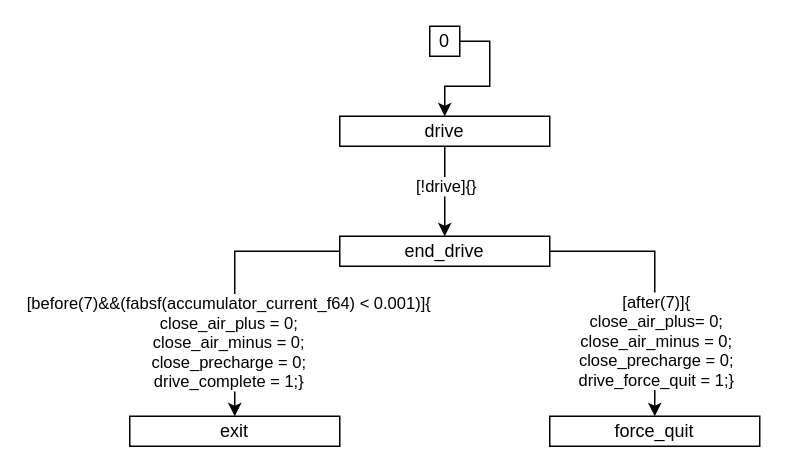
The draw.io diagram page "drive" (4 of 7) of xver/xsm/XML/graph.drawio in osceri/AMS-CC, before the edit. Source tidied: cells renumbered, new cells numbered last; positions are measured from the earlier drawing's top-left corner, leaving out a move shared by most shapes. Both pictures are drawn from the tidied source at 150%, with x=0, y=0 at pixel (129, 26).
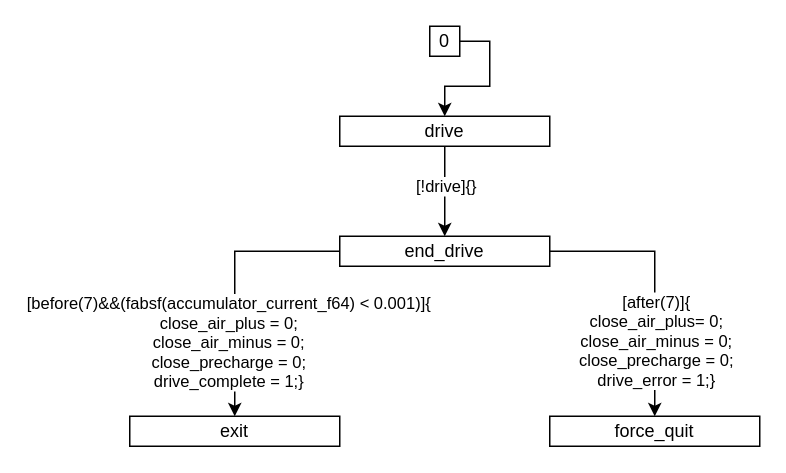
After the change.

Change to the diagram source:
```diff
@@
 <mxGraphModel>
   <root>
     <mxCell id="0" />
     <mxCell id="1" parent="0" />
     <mxCell id="2" style="edgeStyle=orthogonalEdgeStyle;rounded=0;jettySize=auto;html=1;exitX=1;exitY=0.5;exitDx=0;exitDy=0;entryX=0.5;entryY=0;entryDx=0;entryDy=0;" parent="1" edge="1" source="3" target="6">
       <mxGeometry relative="1" as="geometry" />
     </mxCell>
     <mxCell id="3" value="0" style="rounded=0;whiteSpace=wrap;html=1;" parent="1" vertex="1">
       <mxGeometry x="200" width="20" height="20" as="geometry" />
     </mxCell>
     <mxCell id="4" style="edgeStyle=orthogonalEdgeStyle;rounded=0;jettySize=auto;html=1;exitX=0.5;exitY=1;exitDx=0;exitDy=0;entryX=0.5;entryY=0;entryDx=0;entryDy=0;" parent="1" edge="1" source="6" target="11">
       <mxGeometry relative="1" as="geometry" />
     </mxCell>
     <mxCell id="5" value="&lt;div&gt;[!drive]{}&lt;/div&gt;" style="edgeLabel;html=1;align=center;verticalAlign=middle;" parent="4" vertex="1">
       <mxGeometry x="-0.13" relative="1" as="geometry" />
     </mxCell>
     <mxCell id="6" value="&lt;div&gt;drive&lt;/div&gt;" style="rounded=0;whiteSpace=wrap;html=1;" parent="1" vertex="1">
       <mxGeometry x="140" y="60" width="140" height="20" as="geometry" />
     </mxCell>
     <mxCell id="7" style="edgeStyle=orthogonalEdgeStyle;rounded=0;jettySize=auto;html=1;exitX=0;exitY=0.5;exitDx=0;exitDy=0;entryX=0.5;entryY=0;entryDx=0;entryDy=0;" parent="1" edge="1" source="11" target="12">
       <mxGeometry relative="1" as="geometry" />
     </mxCell>
     <mxCell id="8" value="&lt;div&gt;[before(7)&amp;amp;&amp;amp;(fabsf(accumulator_current_f64) &amp;lt; 0.001)]{&lt;/div&gt;&lt;div&gt;close_air_plus = 0;&lt;/div&gt;&lt;div&gt;close_air_minus = 0;&lt;/div&gt;&lt;div&gt;close_precharge = 0;&lt;/div&gt;&lt;div&gt;drive_complete = 1;}&lt;/div&gt;" style="edgeLabel;html=1;align=center;verticalAlign=middle;" parent="7" vertex="1">
       <mxGeometry x="0.41" y="1" relative="1" as="geometry">
         <mxPoint x="-6" y="3" as="offset" />
       </mxGeometry>
     </mxCell>
     <mxCell id="9" style="edgeStyle=orthogonalEdgeStyle;rounded=0;jettySize=auto;html=1;exitX=1;exitY=0.5;exitDx=0;exitDy=0;entryX=0.5;entryY=0;entryDx=0;entryDy=0;" parent="1" edge="1" source="11" target="13">
       <mxGeometry relative="1" as="geometry" />
     </mxCell>
-    <mxCell id="10" value="&lt;div&gt;[after(7)]{&lt;/div&gt;&lt;div&gt;close_air_plus= 0;&lt;/div&gt;&lt;div&gt;close_air_minus = 0;&lt;/div&gt;&lt;div&gt;close_precharge = 0;&lt;/div&gt;&lt;div&gt;drive_force_quit = 1;}&lt;/div&gt;" style="edgeLabel;html=1;align=center;verticalAlign=middle;" parent="9" vertex="1">
+    <mxCell id="10" value="&lt;div&gt;[after(7)]{&lt;/div&gt;&lt;div&gt;close_air_plus= 0;&lt;/div&gt;&lt;div&gt;close_air_minus = 0;&lt;/div&gt;&lt;div&gt;close_precharge = 0;&lt;/div&gt;&lt;div&gt;drive_error = 1;}&lt;/div&gt;" style="edgeLabel;html=1;align=center;verticalAlign=middle;" parent="9" vertex="1">
       <mxGeometry x="0.46" relative="1" as="geometry">
         <mxPoint y="-2" as="offset" />
       </mxGeometry>
     </mxCell>
     <mxCell id="11" value="end_drive" style="rounded=0;whiteSpace=wrap;html=1;" parent="1" vertex="1">
       <mxGeometry x="140" y="140" width="140" height="20" as="geometry" />
     </mxCell>
     <mxCell id="12" value="exit" style="rounded=0;whiteSpace=wrap;html=1;" parent="1" vertex="1">
       <mxGeometry y="260" width="140" height="20" as="geometry" />
     </mxCell>
     <mxCell id="13" value="force_quit" style="rounded=0;whiteSpace=wrap;html=1;" parent="1" vertex="1">
       <mxGeometry x="280" y="260" width="140" height="20" as="geometry" />
     </mxCell>
   </root>
 </mxGraphModel>
```
